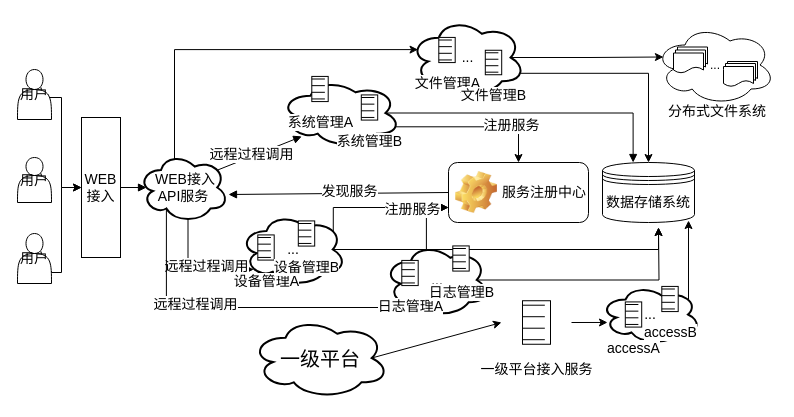
Above: framework.drawio in waterwatermelon/graph (draw.io), before the change. Source tidied: cells renumbered, new cells numbered last; positions are measured from the earlier drawing's top-left corner, leaving out a move shared by most shapes. Both pictures are drawn from the tidied source at 100%, with x=0, y=0 at pixel (17, 17).
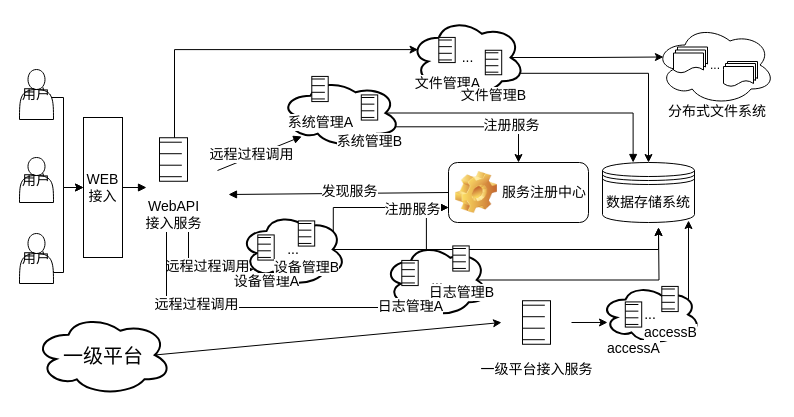
The same page after the edit.

Unchanged cells that the change refers to:
```xml
<mxCell id="22" value="&lt;span style=&quot;font-size: 14px;&quot;&gt;...&lt;/span&gt;" style="ellipse;shape=cloud;strokeWidth=2;fontSize=14;whiteSpace=wrap;html=1;align=center;strokeColor=#000000;" parent="1" vertex="1">
  <mxGeometry x="263" y="61" width="120" height="69" as="geometry" />
</mxCell>
<mxCell id="26" value="&lt;span style=&quot;font-size: 14px;&quot;&gt;...&lt;/span&gt;" style="ellipse;shape=cloud;strokeWidth=2;fontSize=14;whiteSpace=wrap;html=1;align=center;" parent="1" vertex="1">
  <mxGeometry x="222.5" y="195" width="106" height="74" as="geometry" />
</mxCell>
<mxCell id="31" value="..." style="ellipse;shape=cloud;strokeWidth=2;fontSize=14;whiteSpace=wrap;html=1;align=center;" parent="1" vertex="1">
  <mxGeometry x="392.5" y="0.5" width="115" height="79" as="geometry" />
</mxCell>
<mxCell id="35" value="&lt;span style=&quot;font-weight: 400&quot;&gt;服务注册中心&lt;/span&gt;" style="label;whiteSpace=wrap;html=1;image=img/clipart/Gear_128x128.png;strokeColor=#000000;strokeWidth=1;fillColor=#FFFFFF;fontSize=14;" parent="1" vertex="1">
  <mxGeometry x="431" y="145" width="140" height="60" as="geometry" />
</mxCell>
<mxCell id="57" value="&lt;font style=&quot;font-size: 14px&quot;&gt;日志管理A&lt;/font&gt;" style="shape=mxgraph.bpmn.shape;html=1;verticalLabelPosition=bottom;labelBackgroundColor=#ffffff;verticalAlign=top;align=center;perimeter=rhombusPerimeter;outlineConnect=0;symbol=conditional;strokeColor=#000000;strokeWidth=1;fillColor=#FFFFFF;fontSize=14;" parent="1" vertex="1">
  <mxGeometry x="372" y="237" width="41" height="37" as="geometry" />
</mxCell>
```

What changed in the source:
```diff
@@
     <mxCell id="4" style="edgeStyle=orthogonalEdgeStyle;rounded=0;jettySize=auto;html=1;exitX=0.9;exitY=0.5;exitDx=0;exitDy=0;exitPerimeter=0;fontSize=14;" parent="1" edge="1" source="5" target="15">
       <mxGeometry relative="1" as="geometry">
         <Array as="points">
-          <mxPoint x="31" y="80" />
-          <mxPoint x="44" y="80" />
-          <mxPoint x="44" y="170" />
+          <mxPoint x="33" y="80" />
+          <mxPoint x="46" y="80" />
+          <mxPoint x="46" y="170" />
         </Array>
       </mxGeometry>
     </mxCell>
     <mxCell id="5" value="&lt;font style=&quot;font-size: 14px&quot;&gt;用户&lt;/font&gt;" style="shape=actor;whiteSpace=wrap;html=1;fontSize=14;" parent="1" vertex="1">
-      <mxGeometry y="52" width="34" height="50" as="geometry" />
+      <mxGeometry x="2" y="52" width="34" height="50" as="geometry" />
     </mxCell>
-    <mxCell id="6" style="edgeStyle=none;rounded=0;comic=0;jettySize=auto;html=1;exitX=0.88;exitY=0.25;exitDx=0;exitDy=0;exitPerimeter=0;entryX=0.177;entryY=0.84;entryDx=0;entryDy=0;entryPerimeter=0;shadow=0;startArrow=none;startFill=0;endArrow=block;endFill=1;strokeColor=#000000;strokeWidth=1;fontSize=14;" parent="1" edge="1" source="13" target="22">
-      <mxGeometry relative="1" as="geometry" />
+    <mxCell id="6" style="edgeStyle=none;rounded=0;comic=0;jettySize=auto;html=1;exitX=0.88;exitY=0.25;exitDx=0;exitDy=0;exitPerimeter=0;entryX=0.177;entryY=0.84;entryDx=0;entryDy=0;entryPerimeter=0;shadow=0;startArrow=none;startFill=0;endArrow=block;endFill=1;strokeColor=#000000;strokeWidth=1;fontSize=14;" parent="1" edge="1" target="22">
+      <mxGeometry relative="1" as="geometry">
+        <mxPoint x="200" y="153" as="sourcePoint" />
+      </mxGeometry>
     </mxCell>
@@
-    <mxCell id="8" style="edgeStyle=orthogonalEdgeStyle;rounded=0;jettySize=auto;html=1;exitX=0.4;exitY=0.1;exitDx=0;exitDy=0;exitPerimeter=0;entryX=0.07;entryY=0.4;entryDx=0;entryDy=0;entryPerimeter=0;fontSize=14;" parent="1" edge="1" source="13" target="31">
+    <mxCell id="8" style="edgeStyle=orthogonalEdgeStyle;rounded=0;jettySize=auto;html=1;exitX=0.4;exitY=0.1;exitDx=0;exitDy=0;exitPerimeter=0;entryX=0.07;entryY=0.4;entryDx=0;entryDy=0;entryPerimeter=0;fontSize=14;" parent="1" edge="1" target="31">
       <mxGeometry relative="1" as="geometry">
+        <mxPoint x="157" y="142" as="sourcePoint" />
         <Array as="points">
           <mxPoint x="157" y="32" />
         </Array>
       </mxGeometry>
     </mxCell>
-    <mxCell id="9" style="edgeStyle=orthogonalEdgeStyle;rounded=0;jettySize=auto;html=1;exitX=0.55;exitY=0.95;exitDx=0;exitDy=0;exitPerimeter=0;entryX=0.13;entryY=0.77;entryDx=0;entryDy=0;entryPerimeter=0;fontSize=14;" parent="1" edge="1" source="13" target="26">
+    <mxCell id="9" style="edgeStyle=orthogonalEdgeStyle;rounded=0;jettySize=auto;html=1;exitX=0.55;exitY=0.95;exitDx=0;exitDy=0;exitPerimeter=0;entryX=0.13;entryY=0.77;entryDx=0;entryDy=0;entryPerimeter=0;fontSize=14;" parent="1" edge="1" target="26">
       <mxGeometry relative="1" as="geometry">
+        <mxPoint x="171" y="202" as="sourcePoint" />
         <Array as="points">
           <mxPoint x="171" y="252" />
         </Array>
       </mxGeometry>
     </mxCell>
@@
-    <mxCell id="11" style="edgeStyle=orthogonalEdgeStyle;rounded=0;jettySize=auto;html=1;exitX=0.31;exitY=0.8;exitDx=0;exitDy=0;exitPerimeter=0;fontSize=14;" parent="1" edge="1" source="13" target="57">
+    <mxCell id="11" style="edgeStyle=orthogonalEdgeStyle;rounded=0;jettySize=auto;html=1;exitX=0.31;exitY=0.8;exitDx=0;exitDy=0;exitPerimeter=0;fontSize=14;" parent="1" edge="1" target="57">
       <mxGeometry relative="1" as="geometry">
+        <mxPoint x="149" y="191" as="sourcePoint" />
         <Array as="points">
           <mxPoint x="149" y="290" />
           <mxPoint x="393" y="290" />
         </Array>
       </mxGeometry>
     </mxCell>
@@
-    <mxCell id="13" value="&amp;nbsp;WEB接入&lt;br style=&quot;font-size: 14px;&quot;&gt;API服务" style="ellipse;shape=cloud;strokeWidth=2;fontSize=14;whiteSpace=wrap;html=1;align=center;" parent="1" vertex="1">
-      <mxGeometry x="121" y="135" width="90" height="70" as="geometry" />
-    </mxCell>
@@
     <mxCell id="15" value="&lt;font style=&quot;font-size: 14px;&quot;&gt;WEB接入&lt;/font&gt;" style="rounded=0;whiteSpace=wrap;html=1;fontSize=14;" parent="1" vertex="1">
-      <mxGeometry x="64" y="100" width="39" height="140" as="geometry" />
+      <mxGeometry x="66" y="100" width="39" height="140" as="geometry" />
     </mxCell>
     <mxCell id="16" value="&lt;font style=&quot;font-size: 14px&quot;&gt;用户&lt;/font&gt;" style="shape=actor;whiteSpace=wrap;html=1;fontSize=14;" parent="1" vertex="1">
-      <mxGeometry y="140" width="34" height="45" as="geometry" />
+      <mxGeometry x="2" y="140" width="34" height="45" as="geometry" />
     </mxCell>
     <mxCell id="17" style="edgeStyle=orthogonalEdgeStyle;rounded=0;jettySize=auto;html=1;exitX=1;exitY=0.75;exitDx=0;exitDy=0;entryX=0;entryY=0.5;entryDx=0;entryDy=0;fontSize=14;" parent="1" edge="1" source="18" target="15">
       <mxGeometry relative="1" as="geometry">
         <Array as="points">
-          <mxPoint x="44" y="255" />
-          <mxPoint x="44" y="170" />
+          <mxPoint x="46" y="255" />
+          <mxPoint x="46" y="170" />
         </Array>
       </mxGeometry>
     </mxCell>
     <mxCell id="18" value="&lt;font style=&quot;font-size: 14px&quot;&gt;用户&lt;/font&gt;" style="shape=actor;whiteSpace=wrap;html=1;fontSize=14;" parent="1" vertex="1">
-      <mxGeometry y="216" width="34" height="50" as="geometry" />
+      <mxGeometry x="2" y="216" width="34" height="50" as="geometry" />
     </mxCell>
@@
     <mxCell id="28" value="&lt;font style=&quot;font-size: 20px&quot;&gt;一级平台&lt;/font&gt;" style="ellipse;shape=cloud;strokeWidth=2;fontSize=14;whiteSpace=wrap;html=1;align=center;" parent="1" vertex="1">
-      <mxGeometry x="233.5" y="300" width="138" height="81" as="geometry" />
+      <mxGeometry x="16.5" y="297" width="138" height="81" as="geometry" />
     </mxCell>
@@
-    <mxCell id="33" style="edgeStyle=none;rounded=0;comic=0;jettySize=auto;html=1;exitX=0;exitY=0.5;exitDx=0;exitDy=0;entryX=1;entryY=0.6;entryDx=0;entryDy=0;entryPerimeter=0;shadow=0;startArrow=none;startFill=0;endArrow=block;endFill=1;strokeColor=#000000;strokeWidth=1;fontSize=14;" parent="1" edge="1" source="35" target="13">
-      <mxGeometry relative="1" as="geometry" />
+    <mxCell id="33" style="edgeStyle=none;rounded=0;comic=0;jettySize=auto;html=1;exitX=0;exitY=0.5;exitDx=0;exitDy=0;entryX=1;entryY=0.6;entryDx=0;entryDy=0;entryPerimeter=0;shadow=0;startArrow=none;startFill=0;endArrow=block;endFill=1;strokeColor=#000000;strokeWidth=1;fontSize=14;" parent="1" edge="1" source="35">
+      <mxGeometry relative="1" as="geometry">
+        <mxPoint x="211" y="177" as="targetPoint" />
+      </mxGeometry>
     </mxCell>
@@
+    <mxCell id="59" value="WebAPI&lt;br&gt;接入服务" style="shape=mxgraph.bpmn.shape;html=1;verticalLabelPosition=bottom;labelBackgroundColor=#ffffff;verticalAlign=top;align=center;perimeter=rhombusPerimeter;symbol=conditional;strokeColor=#000000;strokeWidth=1;fillColor=#FFFFFF;fontSize=14;" parent="1" vertex="1">
+      <mxGeometry x="121" y="110" width="70" height="64" as="geometry" />
+    </mxCell>
```
